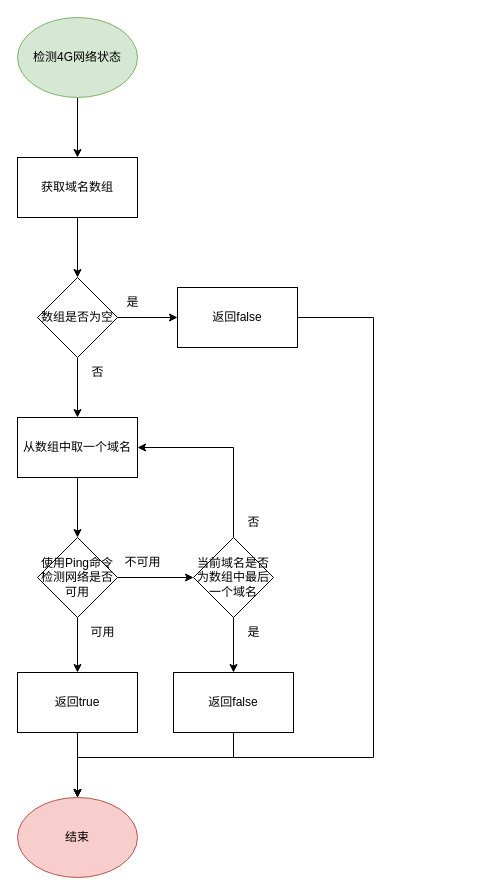
Above: page "检测4G网络状态" (24 of 26) of 隐身保arm版-业务流程-V1.0-20221028-1.drawio in kyphoon/ysb_drawio_tree (draw.io), before the change. Source tidied: cells renumbered, new cells numbered last; positions are measured from the earlier drawing's top-left corner, leaving out a move shared by most shapes. Both pictures are drawn from the tidied source at 100%, with x=0, y=0 at pixel (17, 17).
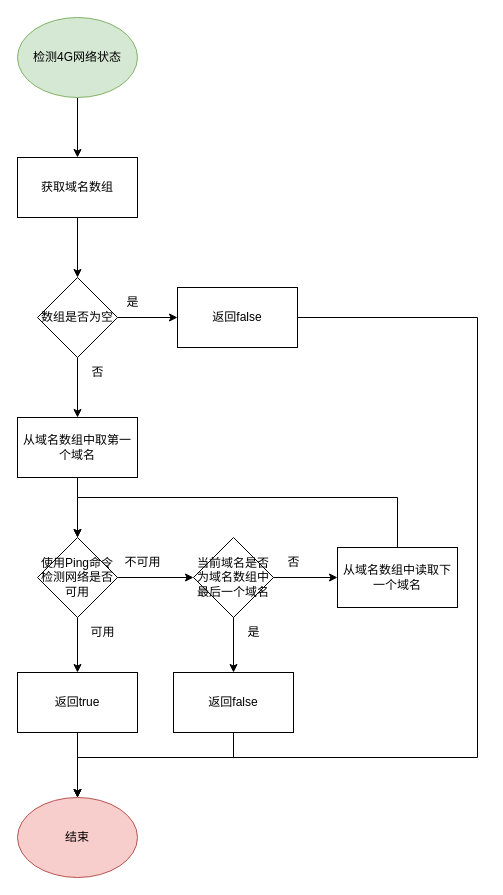
The same diagram, later.

The change refers to these unchanged cells:
```xml
<mxCell id="10" value="使用Ping命令检测网络是否可用" style="rhombus;whiteSpace=wrap;html=1;" parent="1" vertex="1">
  <mxGeometry x="20" y="520" width="80" height="80" as="geometry" />
</mxCell>
<mxCell id="13" value="结束" style="ellipse;whiteSpace=wrap;html=1;fillColor=#f8cecc;strokeColor=#b85450;" parent="1" vertex="1">
  <mxGeometry y="780" width="120" height="80" as="geometry" />
</mxCell>
<mxCell id="27" value="返回false" style="whiteSpace=wrap;html=1;" parent="1" vertex="1">
  <mxGeometry x="160" y="270" width="120" height="60" as="geometry" />
</mxCell>
```

What changed in the source:
```diff
@@
-    <mxCell id="7" value="从数组中取一个域名" style="whiteSpace=wrap;html=1;" parent="1" vertex="1">
+    <mxCell id="7" value="从域名数组中取第一个域名" style="whiteSpace=wrap;html=1;" parent="1" vertex="1">
       <mxGeometry y="400" width="120" height="60" as="geometry" />
     </mxCell>
@@
-    <mxCell id="15" style="edgeStyle=orthogonalEdgeStyle;rounded=0;jettySize=auto;html=1;entryX=1;entryY=0.5;entryDx=0;entryDy=0;" parent="1" edge="1" source="17" target="7">
-      <mxGeometry relative="1" as="geometry">
-        <Array as="points">
-          <mxPoint x="216" y="430" />
-        </Array>
-      </mxGeometry>
-    </mxCell>
@@
+    <mxCell id="30" style="edgeStyle=orthogonalEdgeStyle;rounded=0;jettySize=auto;html=1;" parent="1" edge="1" source="17" target="32">
+      <mxGeometry relative="1" as="geometry" />
+    </mxCell>
-    <mxCell id="17" value="当前域名是否为数组中最后一个域名" style="rhombus;whiteSpace=wrap;html=1;" parent="1" vertex="1">
+    <mxCell id="17" value="当前域名是否为域名数组中最后一个域名" style="rhombus;whiteSpace=wrap;html=1;" parent="1" vertex="1">
       <mxGeometry x="176" y="520" width="80" height="80" as="geometry" />
     </mxCell>
@@
     <mxCell id="21" value="否" style="text;html=1;align=center;verticalAlign=middle;strokeColor=none;fillColor=none;" parent="1" vertex="1">
-      <mxGeometry x="216" y="490" width="40" height="30" as="geometry" />
+      <mxGeometry x="256" y="530" width="40" height="30" as="geometry" />
     </mxCell>
@@
     <mxCell id="26" style="edgeStyle=orthogonalEdgeStyle;rounded=0;jettySize=auto;html=1;" parent="1" edge="1" source="27" target="13">
       <mxGeometry relative="1" as="geometry">
         <Array as="points">
-          <mxPoint x="356" y="300" />
-          <mxPoint x="356" y="740" />
+          <mxPoint x="460" y="300" />
+          <mxPoint x="460" y="740" />
           <mxPoint x="60" y="740" />
         </Array>
       </mxGeometry>
     </mxCell>
@@
+    <mxCell id="31" style="edgeStyle=orthogonalEdgeStyle;rounded=0;jettySize=auto;html=1;entryX=0.5;entryY=0;entryDx=0;entryDy=0;" parent="1" edge="1" source="32" target="10">
+      <mxGeometry relative="1" as="geometry">
+        <Array as="points">
+          <mxPoint x="380" y="480" />
+          <mxPoint x="60" y="480" />
+        </Array>
+      </mxGeometry>
+    </mxCell>
+    <mxCell id="32" value="从域名数组中读取下一个域名" style="whiteSpace=wrap;html=1;" parent="1" vertex="1">
+      <mxGeometry x="320" y="530" width="120" height="60" as="geometry" />
+    </mxCell>
```
